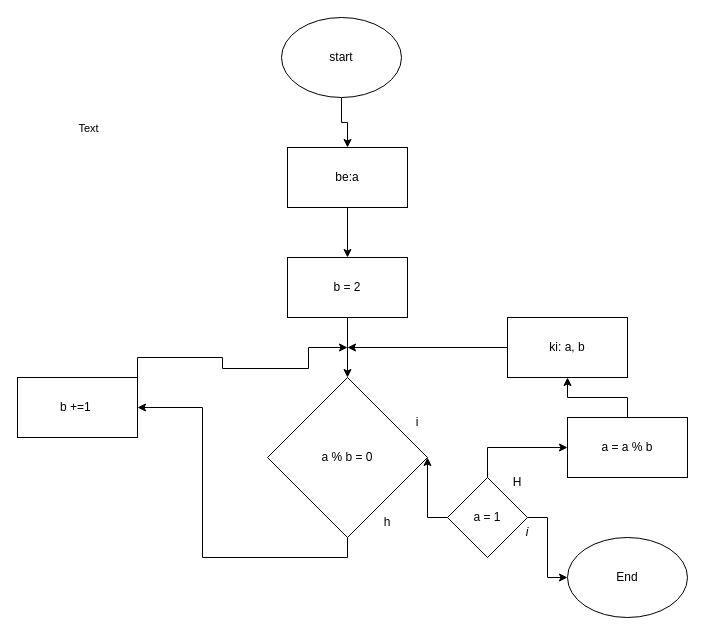
Earlier version of the draw.io diagram ipi/primtenyezosfel.drawio (PalinkasZoltan072/11.mindenweb). Source tidied: cells renumbered, new cells numbered last; positions are measured from the earlier drawing's top-left corner, leaving out a move shared by most shapes. Both pictures are drawn from the tidied source at 100%, with x=0, y=0 at pixel (17, 17).
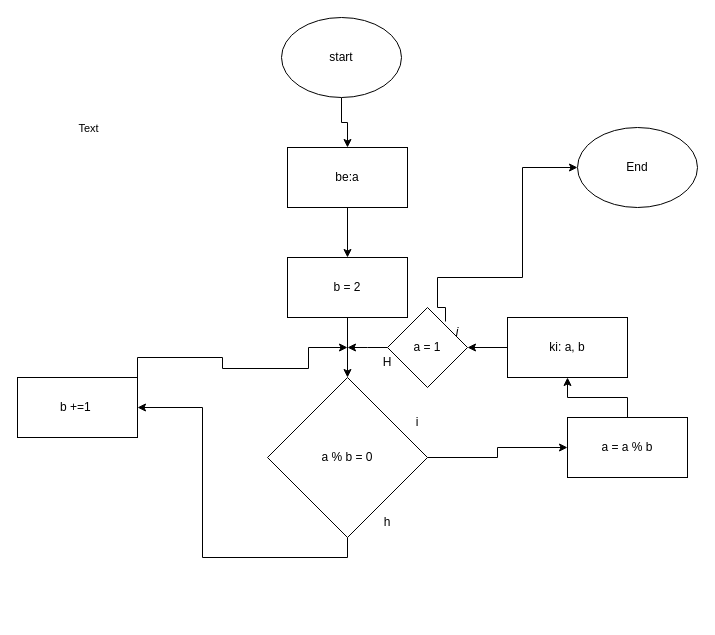
After the change.

The change refers to these unchanged cells:
```xml
<mxCell id="9" value="a % b = 0" style="rhombus;whiteSpace=wrap;html=1;" parent="1" vertex="1">
  <mxGeometry x="250" y="360" width="160" height="160" as="geometry" />
</mxCell>
<mxCell id="11" value="a = a % b" style="rounded=0;whiteSpace=wrap;html=1;" parent="1" vertex="1">
  <mxGeometry x="550" y="400" width="120" height="60" as="geometry" />
</mxCell>
<mxCell id="18" value="ki: a, b" style="rounded=0;whiteSpace=wrap;html=1;" parent="1" vertex="1">
  <mxGeometry x="490" y="300" width="120" height="60" as="geometry" />
</mxCell>
```

The edit, as a diff of the source:
```diff
@@
+    <mxCell id="26" style="edgeStyle=orthogonalEdgeStyle;rounded=0;jettySize=auto;html=1;exitX=1;exitY=0.5;exitDx=0;exitDy=0;entryX=0;entryY=0.5;entryDx=0;entryDy=0;" parent="1" edge="1" source="9" target="11">
+      <mxGeometry relative="1" as="geometry" />
+    </mxCell>
@@
-    <mxCell id="17" style="edgeStyle=orthogonalEdgeStyle;rounded=0;jettySize=auto;html=1;exitX=0;exitY=0.5;exitDx=0;exitDy=0;" parent="1" edge="1" source="18">
-      <mxGeometry relative="1" as="geometry">
-        <mxPoint x="330" y="330" as="targetPoint" />
-      </mxGeometry>
-    </mxCell>
+    <mxCell id="27" style="edgeStyle=orthogonalEdgeStyle;rounded=0;jettySize=auto;html=1;exitX=0;exitY=0.5;exitDx=0;exitDy=0;entryX=1;entryY=0.5;entryDx=0;entryDy=0;" parent="1" edge="1" source="18" target="22">
+      <mxGeometry relative="1" as="geometry" />
+    </mxCell>
@@
-    <mxCell id="19" style="edgeStyle=orthogonalEdgeStyle;rounded=0;jettySize=auto;html=1;exitX=1;exitY=0.5;exitDx=0;exitDy=0;entryX=0;entryY=0.5;entryDx=0;entryDy=0;" parent="1" edge="1" source="22" target="23">
-      <mxGeometry relative="1" as="geometry" />
+    <mxCell id="19" style="edgeStyle=orthogonalEdgeStyle;rounded=0;jettySize=auto;html=1;entryX=0;entryY=0.5;entryDx=0;entryDy=0;exitX=0.725;exitY=0.175;exitDx=0;exitDy=0;exitPerimeter=0;" parent="1" edge="1" source="22" target="23">
+      <mxGeometry relative="1" as="geometry">
+        <Array as="points">
+          <mxPoint x="428" y="290" />
+          <mxPoint x="420" y="290" />
+          <mxPoint x="420" y="260" />
+          <mxPoint x="505" y="260" />
+          <mxPoint x="505" y="150" />
+        </Array>
+      </mxGeometry>
     </mxCell>
-    <mxCell id="20" style="edgeStyle=orthogonalEdgeStyle;rounded=0;jettySize=auto;html=1;exitX=0.5;exitY=0;exitDx=0;exitDy=0;entryX=0;entryY=0.5;entryDx=0;entryDy=0;" parent="1" edge="1" source="22" target="11">
-      <mxGeometry relative="1" as="geometry" />
-    </mxCell>
-    <mxCell id="21" style="edgeStyle=orthogonalEdgeStyle;rounded=0;jettySize=auto;html=1;exitX=0;exitY=0.5;exitDx=0;exitDy=0;" parent="1" edge="1" source="22">
-      <mxGeometry relative="1" as="geometry">
-        <mxPoint x="410" y="440" as="targetPoint" />
-      </mxGeometry>
-    </mxCell>
+    <mxCell id="28" style="edgeStyle=orthogonalEdgeStyle;rounded=0;jettySize=auto;html=1;exitX=0;exitY=0.5;exitDx=0;exitDy=0;" parent="1" edge="1" source="22">
+      <mxGeometry relative="1" as="geometry">
+        <mxPoint x="330" y="330" as="targetPoint" />
+      </mxGeometry>
+    </mxCell>
     <mxCell id="22" value="a = 1" style="rhombus;whiteSpace=wrap;html=1;" parent="1" vertex="1">
-      <mxGeometry x="430" y="460" width="80" height="80" as="geometry" />
+      <mxGeometry x="370" y="290" width="80" height="80" as="geometry" />
     </mxCell>
     <mxCell id="23" value="End" style="ellipse;whiteSpace=wrap;html=1;" parent="1" vertex="1">
-      <mxGeometry x="550" y="520" width="120" height="80" as="geometry" />
+      <mxGeometry x="560" y="110" width="120" height="80" as="geometry" />
     </mxCell>
     <mxCell id="24" value="H" style="text;html=1;strokeColor=none;fillColor=none;align=center;verticalAlign=middle;whiteSpace=wrap;rounded=0;" parent="1" vertex="1">
-      <mxGeometry x="470" y="450" width="60" height="30" as="geometry" />
+      <mxGeometry x="340" y="330" width="60" height="30" as="geometry" />
     </mxCell>
     <mxCell id="25" value="&lt;i&gt;i&lt;/i&gt;" style="text;html=1;strokeColor=none;fillColor=none;align=center;verticalAlign=middle;whiteSpace=wrap;rounded=0;" parent="1" vertex="1">
-      <mxGeometry x="480" y="500" width="60" height="30" as="geometry" />
+      <mxGeometry x="410" y="300" width="60" height="30" as="geometry" />
     </mxCell>
```
